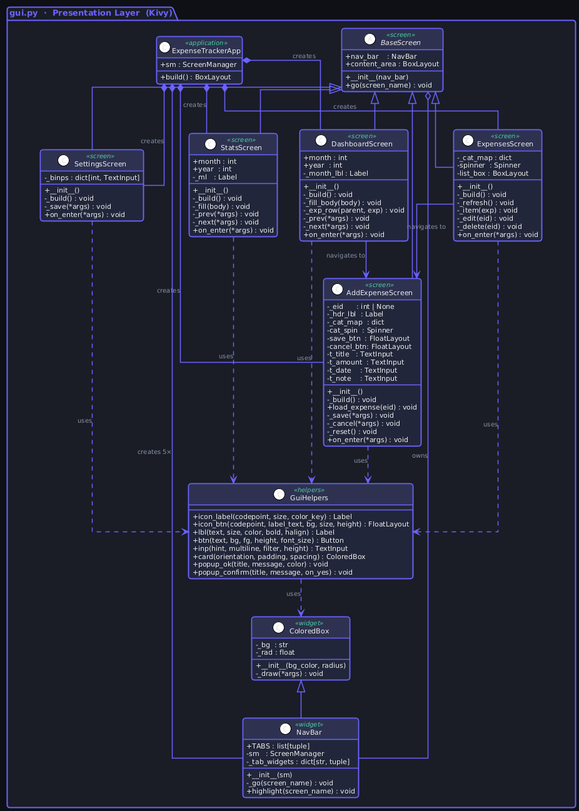
Above: docs/GUI UML.png in iTxAspect/Expense-Tracker-Project (PlantUML), before the change.
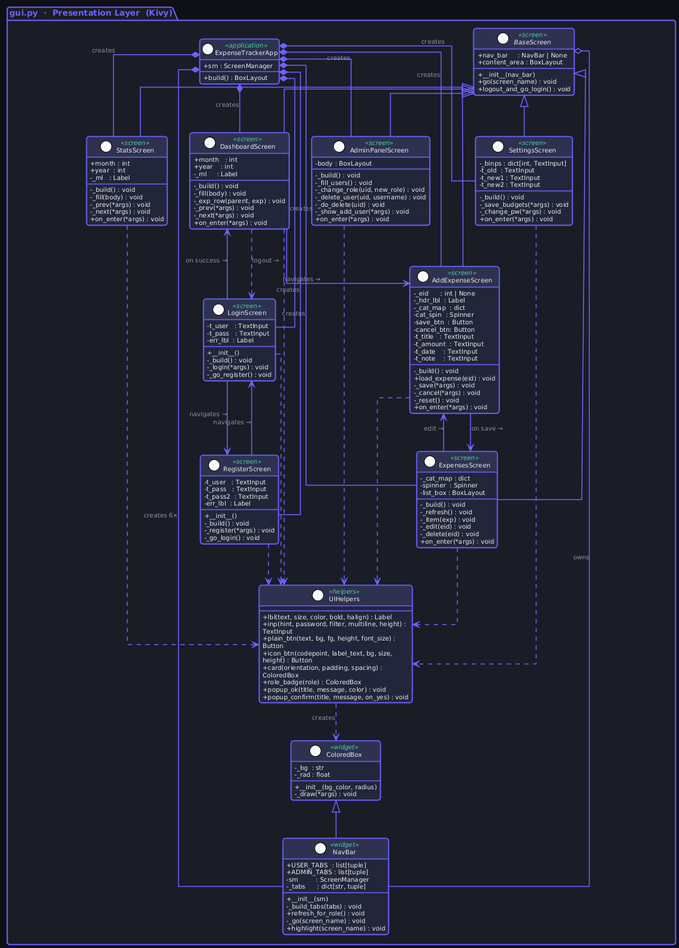
After the change.

What changed in the source:
```diff
@@ -1,58 +1,59 @@
 @startuml
 !theme plain
-skinparam backgroundColor #0F1117
-skinparam defaultFontName  Helvetica
-skinparam defaultFontSize  12
-skinparam defaultFontColor #EAEAEA
+skinparam backgroundColor       #0F1117
+skinparam defaultFontName        Helvetica
+skinparam defaultFontSize        11
+skinparam defaultFontColor       #EAEAEA
+skinparam wrapWidth              240
 
 skinparam title {
     FontColor   #6C63FF
-    FontSize    20
+    FontSize    22
     FontStyle   bold
 }
 
 skinparam package {
-    BackgroundColor #1A1D27
-    BorderColor     #6C63FF
-    BorderThickness 2
-    FontColor       #6C63FF
-    FontStyle       bold
-    FontSize        13
+    BackgroundColor   #1A1D27
+    BorderColor       #6C63FF
+    BorderThickness   2
+    FontColor         #6C63FF
+    FontStyle         bold
+    FontSize          13
 }
 
 skinparam class {
-    BackgroundColor      #22263A
-    BorderColor          #6C63FF
-    BorderThickness      1.5
-    FontColor            #EAEAEA
-    AttributeFontColor   #EAEAEA
-    AttributeFontSize    11
+    BackgroundColor       #22263A
+    BorderColor           #6C63FF
+    BorderThickness       1.5
+    FontColor             #EAEAEA
+    AttributeFontColor    #EAEAEA
+    AttributeFontSize     10
     HeaderBackgroundColor #2E3250
-    StereotypeFontColor  #4ECCA3
-    StereotypeFontSize   10
+    StereotypeFontColor   #4ECCA3
+    StereotypeFontSize    10
 }
 
 skinparam note {
-    BackgroundColor #1A1D27
-    BorderColor     #FF6584
-    FontColor       #8892A4
-    FontSize        10
+    BackgroundColor  #1A1D27
+    BorderColor      #FF6584
+    FontColor        #8892A4
+    FontSize         10
 }
 
 skinparam arrow {
-    Color           #6C63FF
-    FontColor       #8892A4
-    FontSize        10
-    Thickness       1.5
+    Color      #6C63FF
+    FontColor  #8892A4
+    FontSize   10
+    Thickness  1.5
 }
 
 skinparam linetype ortho
 skinparam roundcorner 8
-skinparam shadowing false
+skinparam shadowing   false
 skinparam classAttributeIconSize 0
 
 
-package "gui.py  ·  Presentation Layer  (Kivy)" as GUI_PKG {
+package "gui.py  ·  Presentation Layer  (Kivy)" as PKG_GUI {
 
     class "ColoredBox" as CBOX <<widget>> {
         {field} - _bg  : str
@@ -62,43 +63,69 @@
         {method} - _draw(*args) : void
     }
 
-    class "GuiHelpers" as GHELP <<helpers>> {
-        {method} + icon_label(codepoint, size, color_key) : Label
-        {method} + icon_btn(codepoint, label_text, bg, size, height) : FloatLayout
+    class "UIHelpers" as UIHLP <<helpers>> {
         {method} + lbl(text, size, color, bold, halign) : Label
-        {method} + btn(text, bg, fg, height, font_size) : Button
-        {method} + inp(hint, multiline, filter, height) : TextInput
+        {method} + inp(hint, password, filter, multiline, height) : TextInput
+        {method} + plain_btn(text, bg, fg, height, font_size) : Button
+        {method} + icon_btn(codepoint, label_text, bg, size, height) : Button
         {method} + card(orientation, padding, spacing) : ColoredBox
+        {method} + role_badge(role) : ColoredBox
         {method} + popup_ok(title, message, color) : void
         {method} + popup_confirm(title, message, on_yes) : void
     }
 
     class "NavBar" as NAV <<widget>> {
-        {field} + TABS : list[tuple]
-        {field} - sm   : ScreenManager
-        {field} - _tab_widgets : dict[str, tuple]
+        {field} + USER_TABS  : list[tuple]
+        {field} + ADMIN_TABS : list[tuple]
+        {field} - sm         : ScreenManager
+        {field} - _tabs      : dict[str, tuple]
         __
         {method} + __init__(sm)
+        {method} - _build_tabs(tabs) : void
+        {method} + refresh_for_role() : void
         {method} - _go(screen_name) : void
         {method} + highlight(screen_name) : void
     }
 
     abstract class "BaseScreen" as BASE <<screen>> {
-        {field} + nav_bar    : NavBar
+        {field} + nav_bar     : NavBar | None
         {field} + content_area : BoxLayout
         __
         {method} + __init__(nav_bar)
         {method} + go(screen_name) : void
+        {method} + logout_and_go_login() : void
+    }
+
+    class "LoginScreen" as SCR_LOGIN <<screen>> {
+        {field} - t_user   : TextInput
+        {field} - t_pass   : TextInput
+        {field} - err_lbl  : Label
+        __
+        {method} + __init__()
+        {method} - _build() : void
+        {method} - _login(*args) : void
+        {method} - _go_register() : void
+    }
+
+    class "RegisterScreen" as SCR_REG <<screen>> {
+        {field} - t_user   : TextInput
+        {field} - t_pass   : TextInput
+        {field} - t_pass2  : TextInput
+        {field} - err_lbl  : Label
+        __
+        {method} + __init__()
+        {method} - _build() : void
+        {method} - _register(*args) : void
+        {method} - _go_login() : void
     }
 
     class "DashboardScreen" as SCR_DASH <<screen>> {
-        {field} + month : int
-        {field} + year  : int
-        {field} - _month_lbl : Label
+        {field} + month   : int
+        {field} + year    : int
+        {field} - _ml     : Label
         __
-        {method} + __init__()
         {method} - _build() : void
-        {method} - _fill_body(body) : void
+        {method} - _fill(body) : void
         {method} - _exp_row(parent, exp) : void
         {method} - _prev(*args) : void
         {method} - _next(*args) : void
@@ -110,7 +137,6 @@
         {field} - spinner  : Spinner
         {field} - list_box : BoxLayout
         __
-        {method} + __init__()
         {method} - _build() : void
         {method} - _refresh() : void
         {method} - _item(exp) : void
@@ -124,14 +150,13 @@
         {field} - _hdr_lbl  : Label
         {field} - _cat_map  : dict
         {field} - cat_spin  : Spinner
-        {field} - save_btn  : FloatLayout
-        {field} - cancel_btn: FloatLayout
+        {field} - save_btn  : Button
+        {field} - cancel_btn: Button
         {field} - t_title   : TextInput
         {field} - t_amount  : TextInput
         {field} - t_date    : TextInput
         {field} - t_note    : TextInput
         __
-        {method} + __init__()
         {method} - _build() : void
         {method} + load_expense(eid) : void
         {method} - _save(*args) : void
@@ -145,7 +170,6 @@
         {field} + year  : int
         {field} - _ml   : Label
         __
-        {method} + __init__()
         {method} - _build() : void
         {method} - _fill(body) : void
         {method} - _prev(*args) : void
@@ -155,10 +179,25 @@
 
     class "SettingsScreen" as SCR_SET <<screen>> {
         {field} - _binps : dict[int, TextInput]
+        {field} - t_old  : TextInput
+        {field} - t_new1 : TextInput
+        {field} - t_new2 : TextInput
         __
-        {method} + __init__()
         {method} - _build() : void
-        {method} - _save(*args) : void
+        {method} - _save_budgets(*args) : void
+        {method} - _change_pw(*args) : void
+        {method} + on_enter(*args) : void
+    }
+
+    class "AdminPanelScreen" as SCR_ADM <<screen>> {
+        {field} - body : BoxLayout
+        __
+        {method} - _build() : void
+        {method} - _fill_users() : void
+        {method} - _change_role(uid, new_role) : void
+        {method} - _delete_user(uid, username) : void
+        {method} - _do_delete(uid) : void
+        {method} - _show_add_user(*args) : void
         {method} + on_enter(*args) : void
     }
 
@@ -174,24 +213,36 @@
     BASE  <|-- SCR_ADD
     BASE  <|-- SCR_STAT
     BASE  <|-- SCR_SET
+    BASE  <|-- SCR_ADM
 
-    APP   *-- SCR_DASH  : creates
-    APP   *-- SCR_EXP   : creates
-    APP   *-- SCR_ADD   : creates
-    APP   *-- SCR_STAT  : creates
-    APP   *-- SCR_SET   : creates
-    APP   *-- NAV       : "creates 5×"
+    APP *-- SCR_LOGIN : creates
+    APP *-- SCR_REG   : creates
+    APP *-- SCR_DASH  : creates
+    APP *-- SCR_EXP   : creates
+    APP *-- SCR_ADD   : creates
+    APP *-- SCR_STAT  : creates
+    APP *-- SCR_SET   : creates
+    APP *-- SCR_ADM   : creates
+    APP *-- NAV       : "creates 6×"
 
-    BASE  o-- NAV       : owns
+    BASE o-- NAV : owns
 
-    GHELP ..> CBOX      : uses
-    SCR_DASH ..> GHELP  : uses
-    SCR_EXP  ..> GHELP  : uses
-    SCR_ADD  ..> GHELP  : uses
-    SCR_STAT ..> GHELP  : uses
-    SCR_SET  ..> GHELP  : uses
+    SCR_LOGIN --> SCR_REG   : navigates →
+    SCR_LOGIN --> SCR_DASH  : on success →
+    SCR_REG   --> SCR_LOGIN : navigates →
+    SCR_DASH  --> SCR_ADD   : navigates →
+    SCR_EXP   --> SCR_ADD   : edit →
+    SCR_ADD   --> SCR_EXP   : on save →
+    SCR_DASH  ..> SCR_LOGIN : logout →
 
-    SCR_EXP  --> SCR_ADD  : navigates to
-    SCR_DASH --> SCR_ADD  : navigates to
+    UIHLP ..> CBOX    : creates
+    SCR_DASH ..> UIHLP
+    SCR_EXP  ..> UIHLP
+    SCR_ADD  ..> UIHLP
+    SCR_STAT ..> UIHLP
+    SCR_SET  ..> UIHLP
+    SCR_ADM  ..> UIHLP
+    SCR_LOGIN ..> UIHLP
+    SCR_REG  ..> UIHLP
 }
 @enduml
```
